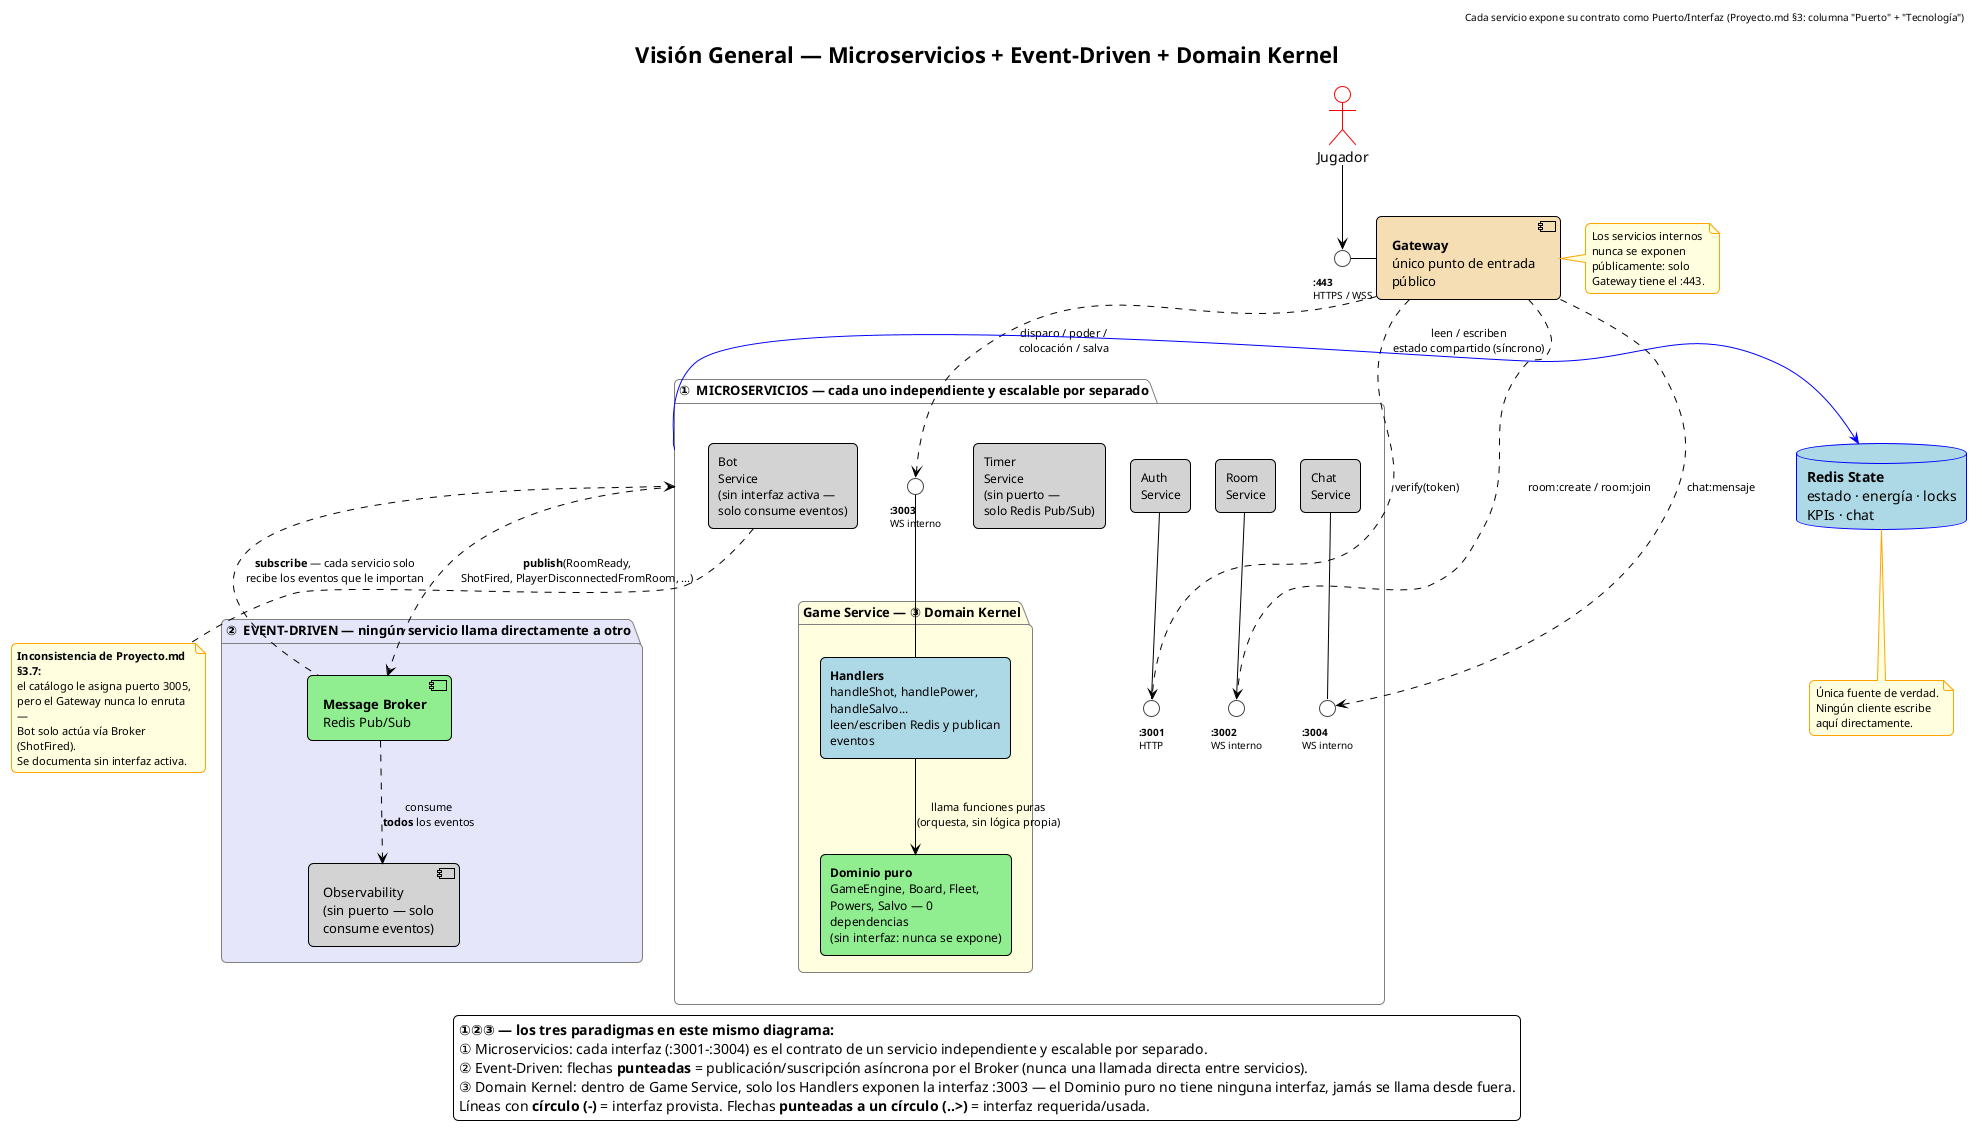
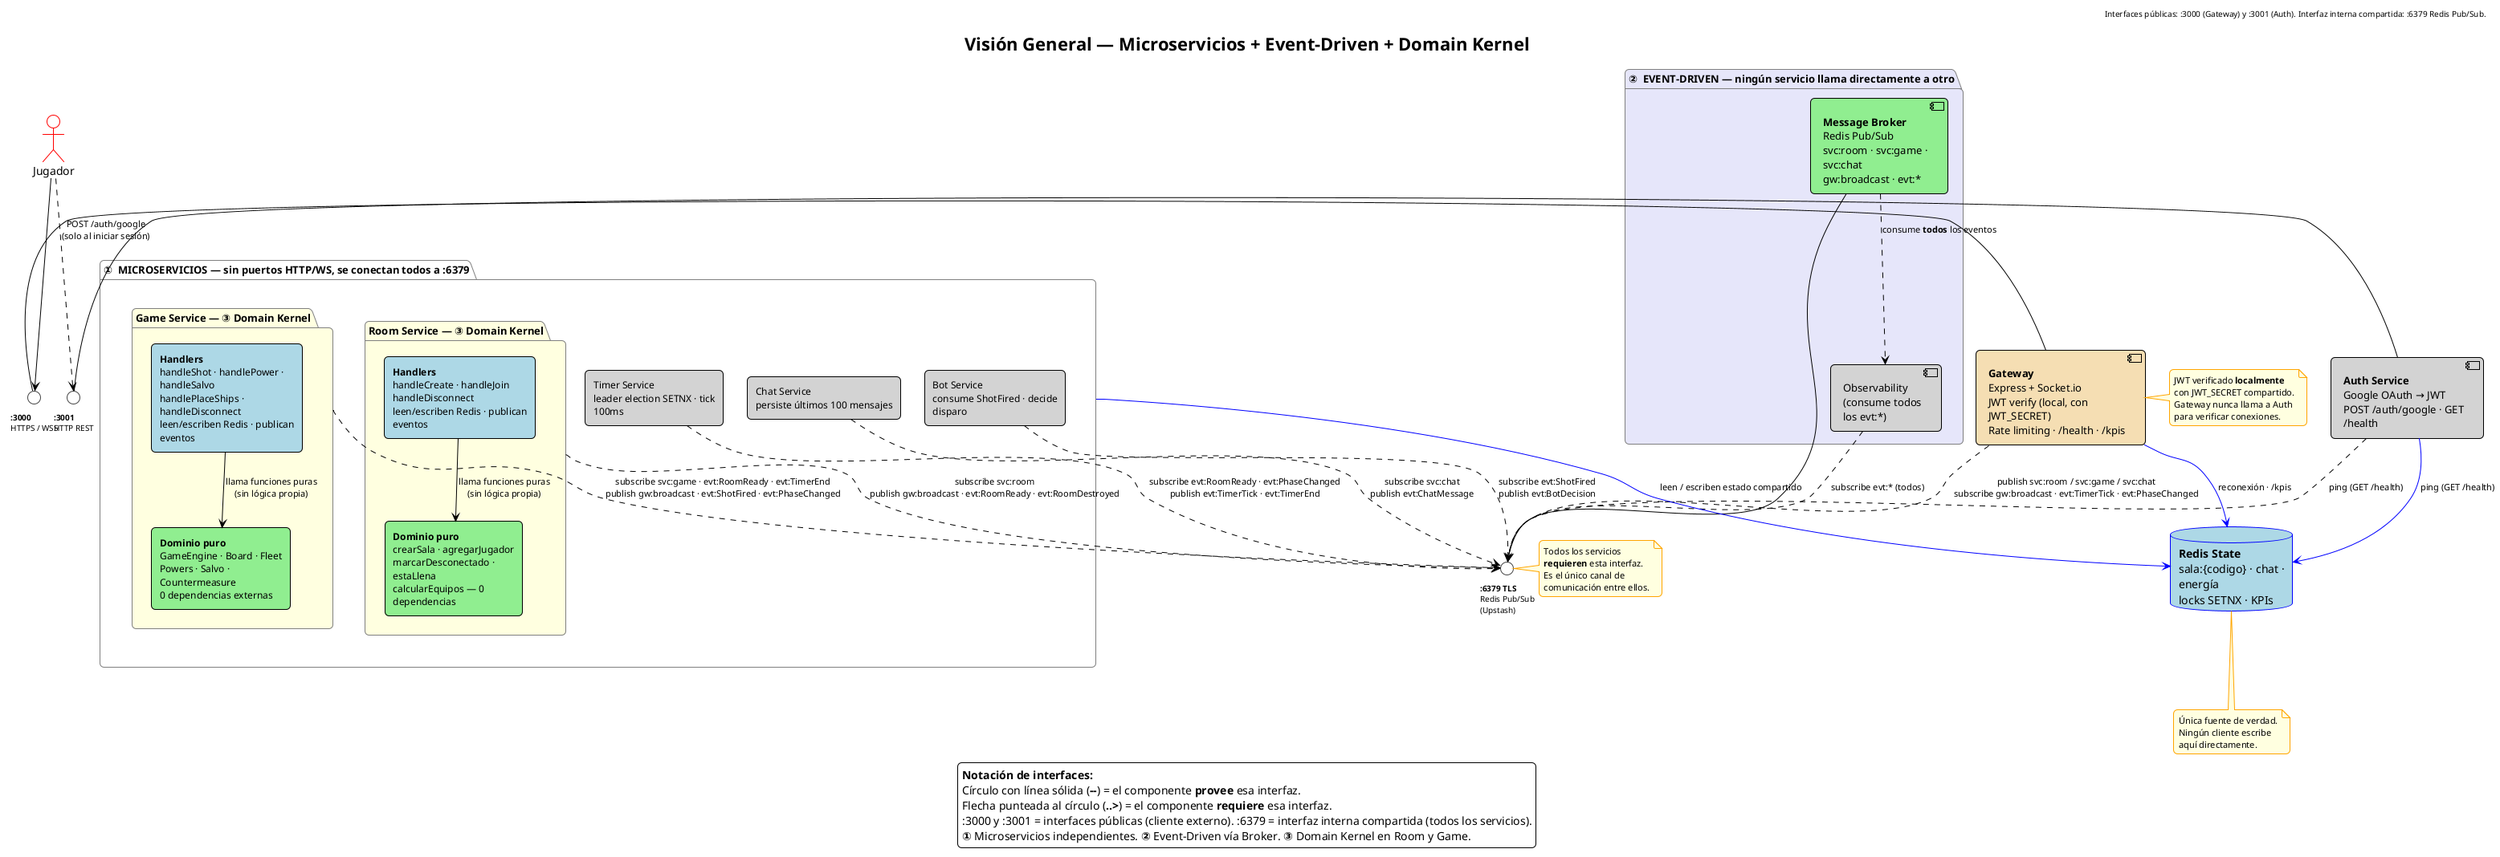
@startuml 02-vision-general-arquitectura

title Visión General — Microservicios + Event-Driven + Domain Kernel
- header Cada servicio expone su contrato como Puerto/Interfaz (Proyecto.md §3: columna "Puerto" + "Tecnología")
+ header Interfaces públicas: :3000 (Gateway) y :3001 (Auth). Interfaz interna compartida: :6379 Redis Pub/Sub.

!theme plain
skinparam defaultFontName Consolas
skinparam wrapWidth 180
- skinparam nodesep 25
- skinparam ranksep 50
+ skinparam nodesep 30
+ skinparam ranksep 55
skinparam shadowing false
skinparam roundCorner 10
skinparam component {
  BackgroundColor LightGray
  BorderColor Black
  FontSize 13
}
skinparam database {
  BackgroundColor LightBlue
  BorderColor Blue
  FontSize 14
}
skinparam actor {
  BorderColor Red
}
skinparam package {
  BackgroundColor White
  BorderColor Gray
  FontSize 13
}
skinparam rectangle {
  FontSize 12
}
skinparam interface {
  BackgroundColor White
  BorderColor #444444
  FontSize 10
}
skinparam note {
  BackgroundColor LightYellow
  BorderColor Orange
  FontSize 11
}
skinparam ArrowFontSize 11

actor "Jugador" as Jugador

- ' --- Interfaz pública (la única que el cliente conoce) ---
- interface "**:443**\nHTTPS / WSS" as IGateway
+ ' ── Interfaces públicas (las únicas que el cliente conoce) ────────────────────
+ interface "**:3000**\nHTTPS / WSS" as IGateway
+ interface "**:3001**\nHTTP REST" as IAuth

- component "**Gateway**\núnico punto de entrada público" as Gateway #Wheat
+ component "**Gateway**\nExpress + Socket.io\nJWT verify (local, con JWT_SECRET)\nRate limiting · /health · /kpis" as Gateway #Wheat
+ component "**Auth Service**\nGoogle OAuth → JWT\nPOST /auth/google · GET /health" as Auth #LightGray

Jugador -down-> IGateway
IGateway - Gateway
+ Jugador ..> IAuth : POST /auth/google\n(solo al iniciar sesión)
+ IAuth - Auth

- package "①  MICROSERVICIOS — cada uno independiente y escalable por separado" as Micro {
+ ' ── Interfaz interna compartida — el "puerto" del Broker ─────────────────────
+ interface "**:6379 TLS**\nRedis Pub/Sub\n(Upstash)" as IBroker

-   ' --- Interfaces internas: una por servicio, según Proyecto.md §3 (Puerto + Tecnología) ---
-   interface "**:3001**\nHTTP" as IAuth
-   interface "**:3002**\nWS interno" as IRoom
-   interface "**:3003**\nWS interno" as IGame
-   interface "**:3004**\nWS interno" as IChat
+ package "②  EVENT-DRIVEN — ningún servicio llama directamente a otro" as EventZone #Lavender {
+   component "**Message Broker**\nRedis Pub/Sub\nsvc:room · svc:game · svc:chat\ngw:broadcast · evt:*" as Broker #LightGreen
+   component "Observability\n(consume todos\nlos evt:*)" as Obs #LightGray
+   Broker .down.> Obs : consume **todos** los eventos
+ }

-   rectangle "Auth\nService" as Auth #LightGray
-   rectangle "Room\nService" as Room #LightGray
-   rectangle "Timer\nService\n(sin puerto —\nsolo Redis Pub/Sub)" as Timer #LightGray
-   rectangle "Chat\nService" as Chat #LightGray
-   rectangle "Bot\nService\n(sin interfaz activa —\nsolo consume eventos)" as Bot #LightGray
+ Broker -- IBroker

-   Auth -- IAuth
-   Room -- IRoom
-   Chat -- IChat
+ package "①  MICROSERVICIOS — sin puertos HTTP/WS, se conectan todos a :6379" as Micro {
+ 
+   package "**Room Service** — ③ Domain Kernel" as RoomBox #LightYellow {
+     rectangle "**Handlers**\nhandleCreate · handleJoin\nhandleDisconnect\nleen/escriben Redis · publican eventos" as RoomH #LightBlue
+     rectangle "**Dominio puro**\ncrearSala · agregarJugador\nmarcarDesconectado · estaLlena\ncalcularEquipos — 0 dependencias" as RoomD #LightGreen
+     RoomH -down-> RoomD : llama funciones puras\n(sin lógica propia)
+   }

  package "**Game Service** — ③ Domain Kernel" as GameBox #LightYellow {
-     rectangle "**Handlers**\nhandleShot, handlePower, handleSalvo...\nleen/escriben Redis y publican eventos" as Handlers #LightBlue
-     rectangle "**Dominio puro**\nGameEngine, Board, Fleet,\nPowers, Salvo — 0 dependencias\n(sin interfaz: nunca se expone)" as Domain #LightGreen
+     rectangle "**Handlers**\nhandleShot · handlePower · handleSalvo\nhandlePlaceShips · handleDisconnect\nleen/escriben Redis · publican eventos" as GameH #LightBlue
+     rectangle "**Dominio puro**\nGameEngine · Board · Fleet\nPowers · Salvo · Countermeasure\n0 dependencias externas" as GameD #LightGreen
+     GameH -down-> GameD : llama funciones puras\n(sin lógica propia)
+   }

-     Handlers -down-> Domain : llama funciones puras\n(orquesta, sin lógica propia)
-     Handlers -up- IGame
-   }
+   rectangle "Timer Service\nleader election SETNX · tick 100ms" as Timer #LightGray
+   rectangle "Chat Service\npersiste últimos 100 mensajes" as Chat #LightGray
+   rectangle "Bot Service\nconsume ShotFired · decide disparo" as Bot #LightGray
}

- Gateway ..> IAuth : verify(token)
- Gateway ..> IRoom : room:create / room:join
- Gateway ..> IGame : disparo / poder /\ncolocación / salva
- Gateway ..> IChat : chat:mensaje
+ database "**Redis State**\nsala:{codigo} · chat · energía\nlocks SETNX · KPIs" as Redis

- package "②  EVENT-DRIVEN — ningún servicio llama directamente a otro" as EventZone #Lavender {
-   component "**Message Broker**\nRedis Pub/Sub" as Broker #LightGreen
-   component "Observability\n(sin puerto — solo\nconsume eventos)" as Obs #LightGray
+ ' ── Todos los servicios REQUIEREN la interfaz :6379 ──────────────────────────
+ Gateway  ..> IBroker : publish svc:room / svc:game / svc:chat\nsubscribe gw:broadcast · evt:TimerTick · evt:PhaseChanged
+ Auth     ..> IBroker : ping (GET /health)
+ RoomBox  ..> IBroker : subscribe svc:room\npublish gw:broadcast · evt:RoomReady · evt:RoomDestroyed
+ GameBox  ..> IBroker : subscribe svc:game · evt:RoomReady · evt:TimerEnd\npublish gw:broadcast · evt:ShotFired · evt:PhaseChanged
+ Timer    ..> IBroker : subscribe evt:RoomReady · evt:PhaseChanged\npublish evt:TimerTick · evt:TimerEnd
+ Chat     ..> IBroker : subscribe svc:chat\npublish evt:ChatMessage
+ Bot      ..> IBroker : subscribe evt:ShotFired\npublish evt:BotDecision
+ Obs      ..> IBroker : subscribe evt:* (todos)

-   Broker .down.> Obs : consume\n**todos** los eventos
- }
+ ' ── Redis State (lectura/escritura directa, separado del Pub/Sub) ─────────────
+ Micro    -[#blue]-> Redis : leen / escriben estado compartido
+ Gateway  -[#blue]-> Redis : reconexión · /kpis
+ Auth     -[#blue]-> Redis : ping (GET /health)

- database "**Redis State**\nestado · energía · locks\nKPIs · chat" as Redis
+ note right of IBroker
+   Todos los servicios
+   **requieren** esta interfaz.
+   Es el único canal de
+   comunicación entre ellos.
+ end note

- ' --- Comunicación asíncrona (línea punteada): el corazón del Event-Driven ---
- Micro .down.> Broker : **publish**(RoomReady,\nShotFired, PlayerDisconnectedFromRoom, ...)
- Broker .up.> Micro : **subscribe** — cada servicio solo\nrecibe los eventos que le importan
- 
- Micro -[#blue]right-> Redis : leen / escriben\nestado compartido (síncrono)
+ note right of Gateway
+   JWT verificado **localmente**
+   con JWT_SECRET compartido.
+   Gateway nunca llama a Auth
+   para verificar conexiones.
+ end note

note bottom of Redis
  Única fuente de verdad.
  Ningún cliente escribe
  aquí directamente.
end note

- note right of Gateway
-   Los servicios internos
-   nunca se exponen
-   públicamente: solo
-   Gateway tiene el :443.
- end note
- 
- note bottom of Bot
-   **Inconsistencia de Proyecto.md §3.7:**
-   el catálogo le asigna puerto 3005,
-   pero el Gateway nunca lo enruta —
-   Bot solo actúa vía Broker (ShotFired).
-   Se documenta sin interfaz activa.
- end note
- 
legend bottom center
-   <b>①②③ — los tres paradigmas en este mismo diagrama:</b>
-   ① Microservicios: cada interfaz (:3001-:3004) es el contrato de un servicio independiente y escalable por separado.
-   ② Event-Driven: flechas <b>punteadas</b> = publicación/suscripción asíncrona por el Broker (nunca una llamada directa entre servicios).
-   ③ Domain Kernel: dentro de Game Service, solo los Handlers exponen la interfaz :3003 — el Dominio puro no tiene ninguna interfaz, jamás se llama desde fuera.
-   Líneas con <b>círculo (-)</b> = interfaz provista. Flechas <b>punteadas a un círculo (..>)</b> = interfaz requerida/usada.
+   <b>Notación de interfaces:</b>
+   Círculo con línea sólida (<b>--</b>) = el componente <b>provee</b> esa interfaz.
+   Flecha punteada al círculo (<b>..></b>) = el componente <b>requiere</b> esa interfaz.
+   :3000 y :3001 = interfaces públicas (cliente externo). :6379 = interfaz interna compartida (todos los servicios).
+   <b>①</b> Microservicios independientes. <b>②</b> Event-Driven vía Broker. <b>③</b> Domain Kernel en Room y Game.
end legend

@enduml
